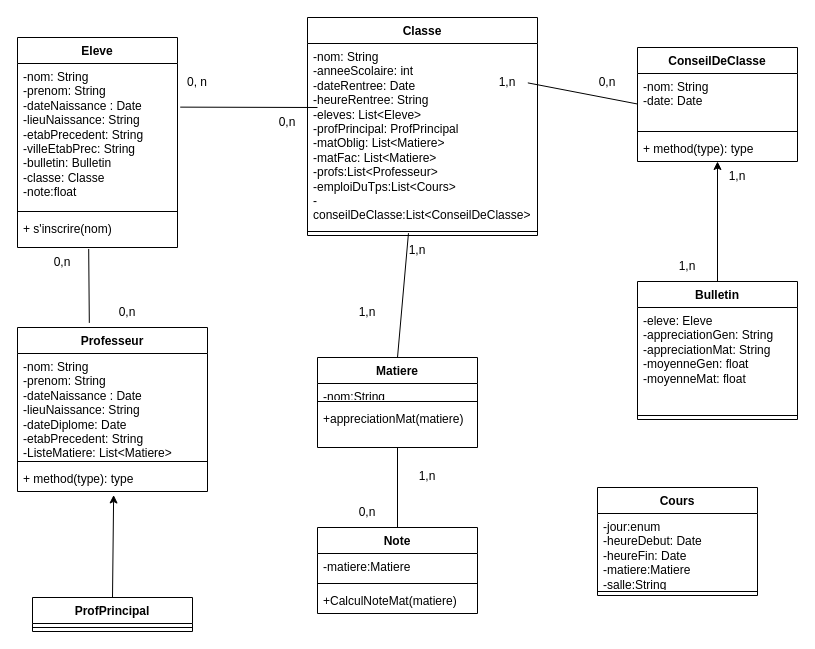
Above: TP3.drawio in sheerinbanu/conception-uml (draw.io), before the change. Source tidied: cells renumbered, new cells numbered last; positions are measured from the earlier drawing's top-left corner, leaving out a move shared by most shapes. Both pictures are drawn from the tidied source at 100%, with x=0, y=0 at pixel (17, 17).
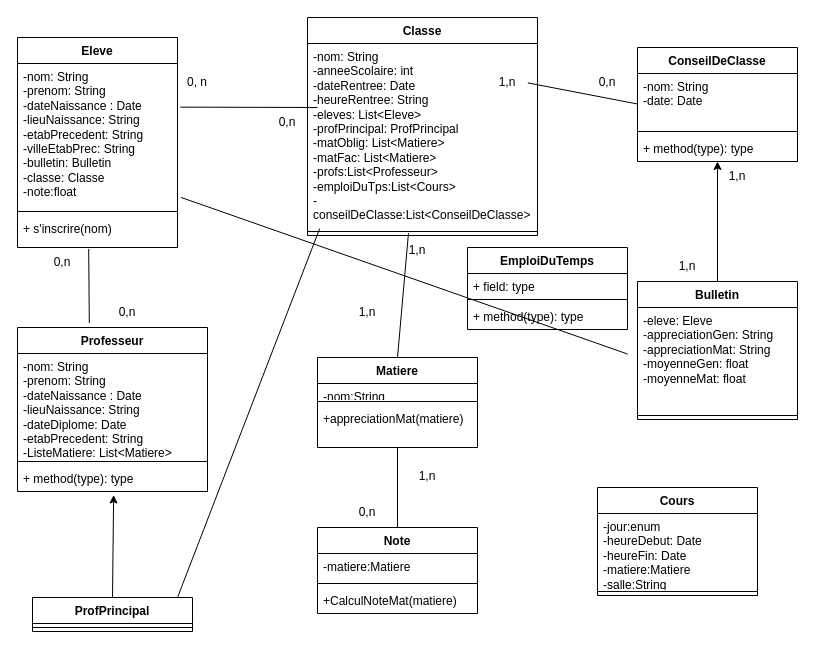
Above is the later version.

The change refers to these unchanged cells:
```xml
<mxCell id="3" value="-nom: String&lt;div&gt;-prenom: String&lt;/div&gt;&lt;div&gt;-dateNaissance : Date&lt;/div&gt;&lt;div&gt;-lieuNaissance: String&lt;/div&gt;&lt;div&gt;-etabPrecedent: String&lt;/div&gt;&lt;div&gt;-villeEtabPrec: String&lt;/div&gt;&lt;div&gt;-bulletin: Bulletin&lt;/div&gt;&lt;div&gt;-classe: Classe&lt;/div&gt;&lt;div&gt;-note:float&lt;br&gt;&lt;div&gt;&lt;br&gt;&lt;/div&gt;&lt;/div&gt;" style="text;strokeColor=none;fillColor=none;align=left;verticalAlign=top;spacingLeft=4;spacingRight=4;overflow=hidden;points=[[0,0.5],[1,0.5]];portConstraint=eastwest;whiteSpace=wrap;html=1;" parent="2" vertex="1">
  <mxGeometry y="26" width="160" height="144" as="geometry" />
</mxCell>
<mxCell id="12" style="line;strokeWidth=1;fillColor=none;align=left;verticalAlign=middle;spacingTop=-1;spacingLeft=3;spacingRight=3;labelPosition=right;points=[];portConstraint=eastwest;strokeColor=inherit;" parent="10" vertex="1">
  <mxGeometry y="210" width="230" height="8" as="geometry" />
</mxCell>
<mxCell id="27" value="-eleve: Eleve&lt;div&gt;-appreciationGen: String&lt;/div&gt;&lt;div&gt;-appreciationMat: String&lt;/div&gt;&lt;div&gt;-moyenneGen: float&lt;br&gt;&lt;div&gt;-moyenneMat: float&lt;/div&gt;&lt;/div&gt;" style="text;strokeColor=none;fillColor=none;align=left;verticalAlign=top;spacingLeft=4;spacingRight=4;overflow=hidden;points=[[0,0.5],[1,0.5]];portConstraint=eastwest;whiteSpace=wrap;html=1;" parent="26" vertex="1">
  <mxGeometry y="26" width="160" height="104" as="geometry" />
</mxCell>
```

Change to the diagram source:
```diff
@@
+    <mxCell id="52" style="endArrow=none;html=1;rounded=0;exitX=1.022;exitY=0.93;exitDx=0;exitDy=0;exitPerimeter=0;entryX=-0.061;entryY=0.448;entryDx=0;entryDy=0;entryPerimeter=0;" parent="1" edge="1" source="3" target="27">
+      <mxGeometry relative="1" as="geometry" />
+    </mxCell>
+    <mxCell id="53" style="endArrow=none;html=1;rounded=0;entryX=0.053;entryY=0.132;entryDx=0;entryDy=0;entryPerimeter=0;" parent="1" edge="1" target="12">
+      <mxGeometry relative="1" as="geometry">
+        <mxPoint x="160" y="580" as="sourcePoint" />
+      </mxGeometry>
+    </mxCell>
+    <mxCell id="54" value="EmploiDuTemps" style="swimlane;fontStyle=1;align=center;verticalAlign=top;horizontal=1;startSize=26;whiteSpace=wrap;html=1;" parent="1" vertex="1">
+      <mxGeometry x="450" y="230" width="160" height="82" as="geometry" />
+    </mxCell>
+    <mxCell id="55" value="+ field: type" style="text;strokeColor=none;fillColor=none;align=left;verticalAlign=top;spacingLeft=4;spacingRight=4;overflow=hidden;whiteSpace=wrap;html=1;" parent="54" vertex="1">
+      <mxGeometry y="26" width="160" height="22" as="geometry" />
+    </mxCell>
+    <mxCell id="56" style="line;strokeWidth=1;fillColor=none;align=left;verticalAlign=middle;spacingTop=-1;spacingLeft=3;spacingRight=3;labelPosition=right;strokeColor=inherit;" parent="54" vertex="1">
+      <mxGeometry y="48" width="160" height="8" as="geometry" />
+    </mxCell>
+    <mxCell id="57" value="+ method(type): type" style="text;strokeColor=none;fillColor=none;align=left;verticalAlign=top;spacingLeft=4;spacingRight=4;overflow=hidden;whiteSpace=wrap;html=1;" parent="54" vertex="1">
+      <mxGeometry y="56" width="160" height="26" as="geometry" />
+    </mxCell>
```
